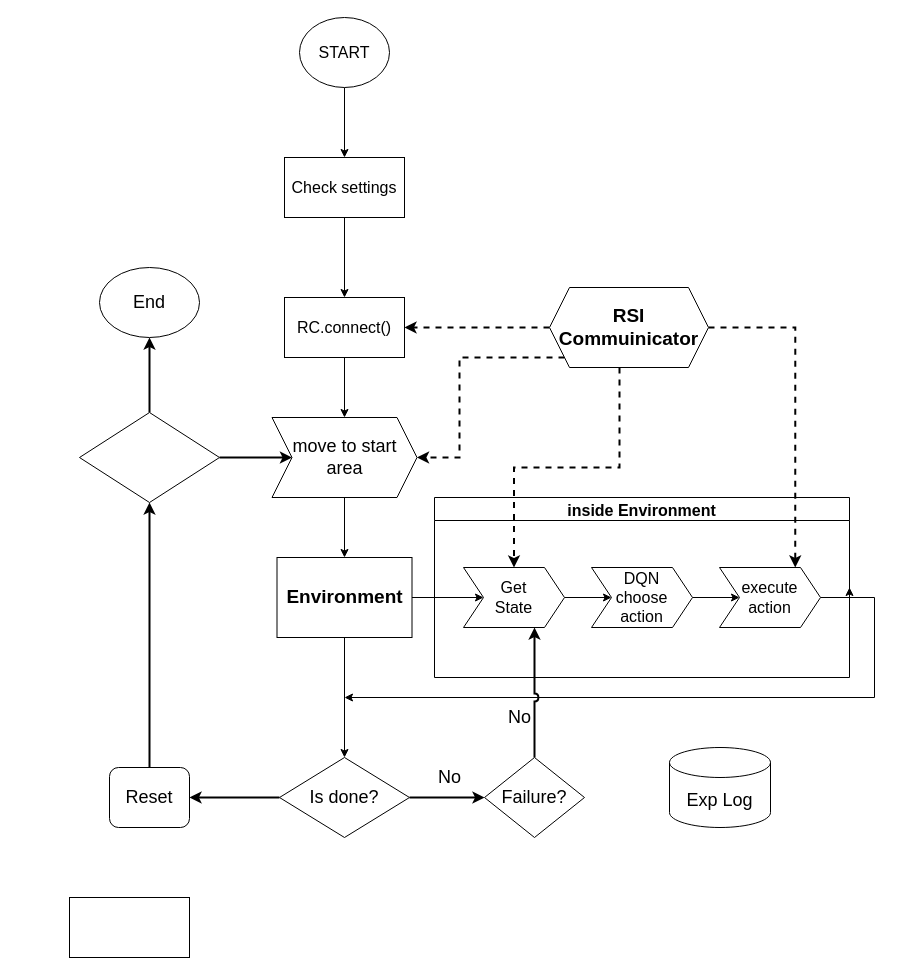
This is rl-unscrew.drawio from TONiiV/flowcharts, a draw.io file, before an edit. Source tidied: cells renumbered, new cells numbered last; positions are measured from the earlier drawing's top-left corner, leaving out a move shared by most shapes. Both pictures are drawn from the tidied source at 100%, with x=0, y=0 at pixel (69, 17).
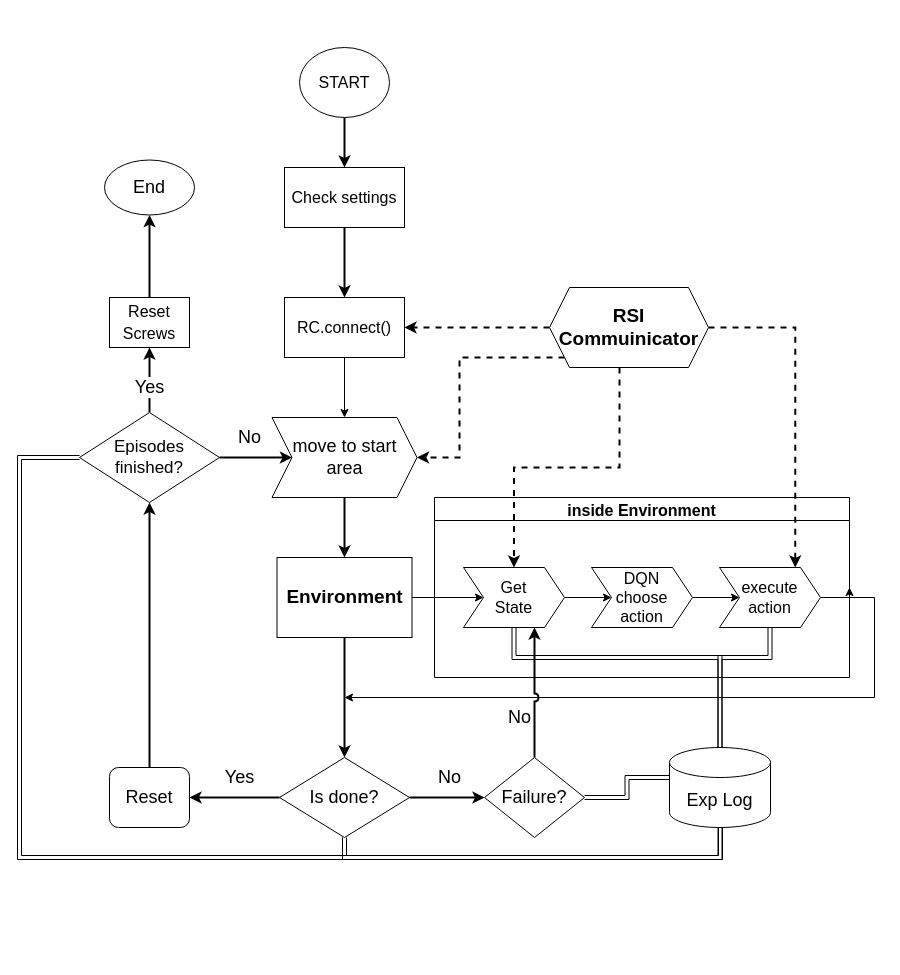
The same diagram, later.

The change refers to these unchanged cells:
```xml
<mxCell id="7" value="RC.connect()" style="rounded=0;whiteSpace=wrap;html=1;fontSize=16;" parent="1" vertex="1">
  <mxGeometry x="215" y="280" width="120" height="60" as="geometry" />
</mxCell>
<mxCell id="10" value="&lt;font style=&quot;font-size: 19px&quot;&gt;&lt;b&gt;Environment&lt;/b&gt;&lt;/font&gt;" style="rounded=0;whiteSpace=wrap;html=1;fontSize=16;" parent="1" vertex="1">
  <mxGeometry x="207.5" y="540" width="135" height="80" as="geometry" />
</mxCell>
<mxCell id="14" value="&lt;div&gt;Get &lt;br&gt;&lt;/div&gt;&lt;div&gt;State&lt;br&gt;&lt;/div&gt;" style="shape=step;perimeter=stepPerimeter;whiteSpace=wrap;html=1;fixedSize=1;fontFamily=Helvetica;fontSize=16;fontColor=default;align=center;strokeColor=default;fillColor=default;" parent="12" vertex="1">
  <mxGeometry x="29" y="70" width="101" height="60" as="geometry" />
</mxCell>
<mxCell id="18" value="&lt;div&gt;execute &lt;br&gt;&lt;/div&gt;&lt;div&gt;action&lt;br&gt;&lt;/div&gt;" style="shape=step;perimeter=stepPerimeter;whiteSpace=wrap;html=1;fixedSize=1;fontFamily=Helvetica;fontSize=16;fontColor=default;align=center;strokeColor=default;fillColor=default;" parent="12" vertex="1">
  <mxGeometry x="285" y="70" width="101" height="60" as="geometry" />
</mxCell>
<mxCell id="26" value="&lt;font style=&quot;font-size: 18px&quot;&gt;Is done?&lt;/font&gt;" style="rhombus;whiteSpace=wrap;html=1;fontSize=16;" parent="1" vertex="1">
  <mxGeometry x="210" y="740" width="130" height="80" as="geometry" />
</mxCell>
<mxCell id="28" value="&lt;font style=&quot;font-size: 18px&quot;&gt;move to start area&lt;/font&gt;" style="shape=step;perimeter=stepPerimeter;whiteSpace=wrap;html=1;fixedSize=1;fontSize=16;" parent="1" vertex="1">
  <mxGeometry x="202.5" y="400" width="145" height="80" as="geometry" />
</mxCell>
<mxCell id="30" value="Failure?" style="rhombus;whiteSpace=wrap;html=1;fontSize=18;" parent="1" vertex="1">
  <mxGeometry x="415" y="740" width="100" height="80" as="geometry" />
</mxCell>
<mxCell id="31" value="Exp Log" style="shape=cylinder3;whiteSpace=wrap;html=1;boundedLbl=1;backgroundOutline=1;size=15;fontSize=18;" parent="1" vertex="1">
  <mxGeometry x="600" y="730" width="101" height="80" as="geometry" />
</mxCell>
<mxCell id="33" value="&lt;div&gt;Reset&lt;/div&gt;" style="rounded=1;whiteSpace=wrap;html=1;fontSize=18;" parent="1" vertex="1">
  <mxGeometry x="40" y="750" width="80" height="60" as="geometry" />
</mxCell>
```

What changed in the source:
```diff
@@
-    <mxCell id="2" style="edgeStyle=orthogonalEdgeStyle;rounded=0;jettySize=auto;html=1;entryX=0.5;entryY=0;entryDx=0;entryDy=0;fontSize=16;" parent="1" edge="1" source="3" target="5">
+    <mxCell id="2" style="edgeStyle=orthogonalEdgeStyle;rounded=0;jettySize=auto;html=1;entryX=0.5;entryY=0;entryDx=0;entryDy=0;fontSize=16;strokeWidth=2;" parent="1" edge="1" source="3" target="5">
       <mxGeometry relative="1" as="geometry" />
     </mxCell>
     <mxCell id="3" value="&lt;font style=&quot;font-size: 16px&quot;&gt;START&lt;/font&gt;" style="ellipse;whiteSpace=wrap;html=1;" parent="1" vertex="1">
-      <mxGeometry x="230" width="90" height="70" as="geometry" />
+      <mxGeometry x="230" y="30" width="90" height="70" as="geometry" />
     </mxCell>
-    <mxCell id="4" style="edgeStyle=orthogonalEdgeStyle;rounded=0;jettySize=auto;html=1;entryX=0.5;entryY=0;entryDx=0;entryDy=0;fontSize=16;" parent="1" edge="1" source="5" target="7">
+    <mxCell id="4" style="edgeStyle=orthogonalEdgeStyle;rounded=0;jettySize=auto;html=1;entryX=0.5;entryY=0;entryDx=0;entryDy=0;fontSize=16;strokeWidth=2;" parent="1" edge="1" source="5" target="7">
       <mxGeometry relative="1" as="geometry" />
     </mxCell>
     <mxCell id="5" value="Check settings" style="rounded=0;whiteSpace=wrap;html=1;fontSize=16;" parent="1" vertex="1">
-      <mxGeometry x="215" y="140" width="120" height="60" as="geometry" />
+      <mxGeometry x="215" y="150" width="120" height="60" as="geometry" />
     </mxCell>
@@
-    <mxCell id="9" style="edgeStyle=orthogonalEdgeStyle;rounded=0;jettySize=auto;html=1;exitX=0.5;exitY=1;exitDx=0;exitDy=0;fontSize=16;entryX=0.5;entryY=0;entryDx=0;entryDy=0;" parent="1" edge="1" source="10" target="26">
+    <mxCell id="9" style="edgeStyle=orthogonalEdgeStyle;rounded=0;jettySize=auto;html=1;exitX=0.5;exitY=1;exitDx=0;exitDy=0;fontSize=16;entryX=0.5;entryY=0;entryDx=0;entryDy=0;strokeWidth=2;" parent="1" edge="1" source="10" target="26">
       <mxGeometry relative="1" as="geometry" />
     </mxCell>
@@
-    <mxCell id="24" value="No" style="edgeStyle=orthogonalEdgeStyle;rounded=0;jumpStyle=arc;jettySize=auto;html=1;entryX=0;entryY=0.5;entryDx=0;entryDy=0;fontSize=18;strokeWidth=2;" parent="1" edge="1" source="26" target="30">
-      <mxGeometry x="0.07" y="20" relative="1" as="geometry" />
+    <mxCell id="24" value="No" style="edgeStyle=orthogonalEdgeStyle;rounded=0;jumpStyle=arc;orthogonalLoop=1;jettySize=auto;html=1;entryX=0;entryY=0.5;entryDx=0;entryDy=0;fontSize=18;strokeWidth=2;" parent="1" edge="1">
+      <mxGeometry x="0.07" y="20" relative="1" as="geometry">
+        <mxPoint x="340" y="780" as="sourcePoint" />
+        <mxPoint x="415" y="780" as="targetPoint" />
+      </mxGeometry>
     </mxCell>
-    <mxCell id="25" style="edgeStyle=orthogonalEdgeStyle;rounded=0;jumpStyle=arc;jettySize=auto;html=1;fontSize=18;strokeWidth=2;" parent="1" edge="1" source="26" target="33">
-      <mxGeometry relative="1" as="geometry" />
+    <mxCell id="25" value="Yes" style="edgeStyle=orthogonalEdgeStyle;rounded=0;jumpStyle=arc;jettySize=auto;html=1;fontSize=18;strokeWidth=2;" parent="1" edge="1" source="26" target="33">
+      <mxGeometry x="-0.11" y="-20" relative="1" as="geometry" />
     </mxCell>
+    <mxCell id="39" style="edgeStyle=orthogonalEdgeStyle;shape=link;rounded=0;jumpStyle=arc;jettySize=auto;html=1;fontSize=17;" parent="1" edge="1" source="26" target="31">
+      <mxGeometry relative="1" as="geometry">
+        <Array as="points">
+          <mxPoint x="275" y="840" />
+          <mxPoint x="651" y="840" />
+        </Array>
+      </mxGeometry>
+    </mxCell>
@@
-    <mxCell id="27" style="edgeStyle=orthogonalEdgeStyle;rounded=0;jettySize=auto;html=1;exitX=0.5;exitY=1;exitDx=0;exitDy=0;entryX=0.5;entryY=0;entryDx=0;entryDy=0;fontSize=16;" parent="1" edge="1" source="28" target="10">
+    <mxCell id="27" style="edgeStyle=orthogonalEdgeStyle;rounded=0;jettySize=auto;html=1;exitX=0.5;exitY=1;exitDx=0;exitDy=0;entryX=0.5;entryY=0;entryDx=0;entryDy=0;fontSize=16;strokeWidth=2;" parent="1" edge="1" source="28" target="10">
       <mxGeometry relative="1" as="geometry" />
     </mxCell>
@@
+    <mxCell id="40" style="edgeStyle=orthogonalEdgeStyle;shape=link;rounded=0;jumpStyle=arc;jettySize=auto;html=1;entryX=0.099;entryY=0.375;entryDx=0;entryDy=0;entryPerimeter=0;fontSize=17;" parent="1" edge="1" source="30" target="31">
+      <mxGeometry relative="1" as="geometry" />
+    </mxCell>
@@
-    <mxCell id="34" style="edgeStyle=orthogonalEdgeStyle;rounded=0;jumpStyle=arc;jettySize=auto;html=1;fontSize=18;strokeWidth=2;" parent="1" edge="1" source="36" target="37">
-      <mxGeometry relative="1" as="geometry" />
+    <mxCell id="34" value="Yes" style="edgeStyle=orthogonalEdgeStyle;rounded=0;jumpStyle=arc;jettySize=auto;html=1;fontSize=18;strokeWidth=2;entryX=0.5;entryY=1;entryDx=0;entryDy=0;" parent="1" edge="1" source="36" target="38">
+      <mxGeometry x="-0.23" relative="1" as="geometry" />
     </mxCell>
-    <mxCell id="35" style="edgeStyle=orthogonalEdgeStyle;rounded=0;jumpStyle=arc;jettySize=auto;html=1;entryX=0;entryY=0.5;entryDx=0;entryDy=0;fontSize=18;strokeWidth=2;" parent="1" edge="1" source="36" target="28">
-      <mxGeometry relative="1" as="geometry" />
+    <mxCell id="35" value="No" style="edgeStyle=orthogonalEdgeStyle;rounded=0;jumpStyle=arc;jettySize=auto;html=1;entryX=0;entryY=0.5;entryDx=0;entryDy=0;fontSize=18;strokeWidth=2;" parent="1" edge="1" source="36" target="28">
+      <mxGeometry x="-0.17" y="20" relative="1" as="geometry" />
     </mxCell>
+    <mxCell id="41" style="edgeStyle=orthogonalEdgeStyle;shape=link;rounded=0;jumpStyle=arc;jettySize=auto;html=1;entryX=0.5;entryY=1;entryDx=0;entryDy=0;entryPerimeter=0;fontSize=17;" parent="1" edge="1" source="36" target="31">
+      <mxGeometry relative="1" as="geometry">
+        <Array as="points">
+          <mxPoint x="-50" y="440" />
+          <mxPoint x="-50" y="840" />
+          <mxPoint x="651" y="840" />
+        </Array>
+      </mxGeometry>
+    </mxCell>
-    <mxCell id="36" style="rhombus;whiteSpace=wrap;html=1;fontSize=18;" parent="1" vertex="1">
+    <mxCell id="36" value="&lt;div style=&quot;font-size: 17px&quot;&gt;&lt;font style=&quot;font-size: 17px&quot;&gt;Episodes&lt;/font&gt;&lt;/div&gt;&lt;div style=&quot;font-size: 17px&quot;&gt;&lt;font style=&quot;font-size: 17px&quot;&gt;finished?&lt;br&gt;&lt;/font&gt;&lt;/div&gt;" style="rhombus;whiteSpace=wrap;html=1;fontSize=18;" parent="1" vertex="1">
       <mxGeometry x="10" y="395" width="140" height="90" as="geometry" />
     </mxCell>
     <mxCell id="37" value="End" style="ellipse;whiteSpace=wrap;html=1;fontSize=18;" parent="1" vertex="1">
-      <mxGeometry x="30" y="250" width="100" height="70" as="geometry" />
+      <mxGeometry x="35" y="142.5" width="90" height="55" as="geometry" />
     </mxCell>
+    <mxCell id="42" style="edgeStyle=orthogonalEdgeStyle;rounded=0;jumpStyle=arc;jettySize=auto;html=1;entryX=0.5;entryY=1;entryDx=0;entryDy=0;fontSize=16;strokeWidth=2;" parent="1" edge="1" source="38" target="37">
+      <mxGeometry relative="1" as="geometry" />
+    </mxCell>
-    <mxCell id="38" style="rounded=0;whiteSpace=wrap;html=1;fontSize=18;" parent="1" vertex="1">
-      <mxGeometry y="880" width="120" height="60" as="geometry" />
+    <mxCell id="38" value="&lt;font style=&quot;font-size: 16px&quot;&gt;Reset Screws&lt;/font&gt;" style="rounded=0;whiteSpace=wrap;html=1;fontSize=18;" parent="1" vertex="1">
+      <mxGeometry x="40" y="280" width="80" height="50" as="geometry" />
     </mxCell>
+    <mxCell id="43" style="edgeStyle=orthogonalEdgeStyle;rounded=0;jettySize=auto;html=1;entryX=0.5;entryY=0;entryDx=0;entryDy=0;entryPerimeter=0;fontSize=17;jumpStyle=arc;shape=link;" parent="1" edge="1" source="14" target="31">
+      <mxGeometry relative="1" as="geometry">
+        <Array as="points">
+          <mxPoint x="444" y="640" />
+          <mxPoint x="650" y="640" />
+        </Array>
+      </mxGeometry>
+    </mxCell>
+    <mxCell id="44" style="edgeStyle=orthogonalEdgeStyle;shape=link;rounded=0;jumpStyle=arc;jettySize=auto;html=1;entryX=0.5;entryY=0;entryDx=0;entryDy=0;entryPerimeter=0;fontSize=17;" parent="1" edge="1" source="18" target="31">
+      <mxGeometry relative="1" as="geometry">
+        <Array as="points">
+          <mxPoint x="701" y="640" />
+          <mxPoint x="651" y="640" />
+        </Array>
+      </mxGeometry>
+    </mxCell>
```
